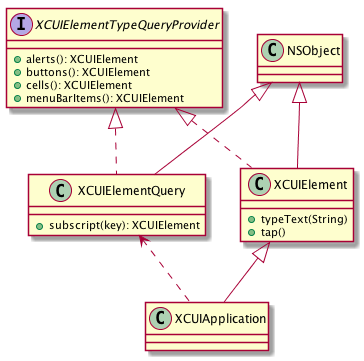
Above: assets/img/XCTest.png in apc-tech-workshop/8a1-autotest-ios (PlantUML), before the change. Source of this version:
```plantuml
@startuml

interface XCUIElementTypeQueryProvider {
  +alerts(): XCUIElement
  +buttons(): XCUIElement
  +cells(): XCUIElement
  +menuBarItems(): XCUIElement
}
class XCUIElementQuery {
  +subscript(key): XCUIElement
}
class XCUIElement {
  +typeText(String)
  +tap()
}
NSObject <|-- XCUIElement
NSObject <|-- XCUIElementQuery
XCUIElementTypeQueryProvider <|.. XCUIElement
XCUIElementTypeQueryProvider <|.. XCUIElementQuery

XCUIElement <|-- XCUIApplication
XCUIElementQuery <.. XCUIApplication
@enduml
```
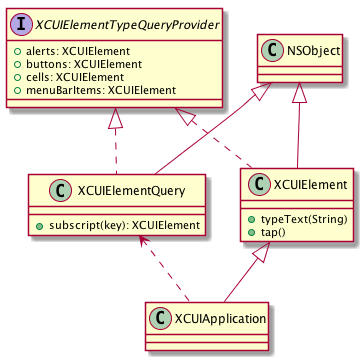
After the commit.

Commit message:
PlantUMLで生成する画像の出力先を変更と、生成用スクリプトを作成

The edit, as a diff of the source:
```diff
@@ -1,10 +1,10 @@
 @startuml
 
 interface XCUIElementTypeQueryProvider {
-  +alerts(): XCUIElement
-  +buttons(): XCUIElement
-  +cells(): XCUIElement
-  +menuBarItems(): XCUIElement
+  +alerts: XCUIElement
+  +buttons: XCUIElement
+  +cells: XCUIElement
+  +menuBarItems: XCUIElement
 }
 class XCUIElementQuery {
   +subscript(key): XCUIElement
```
